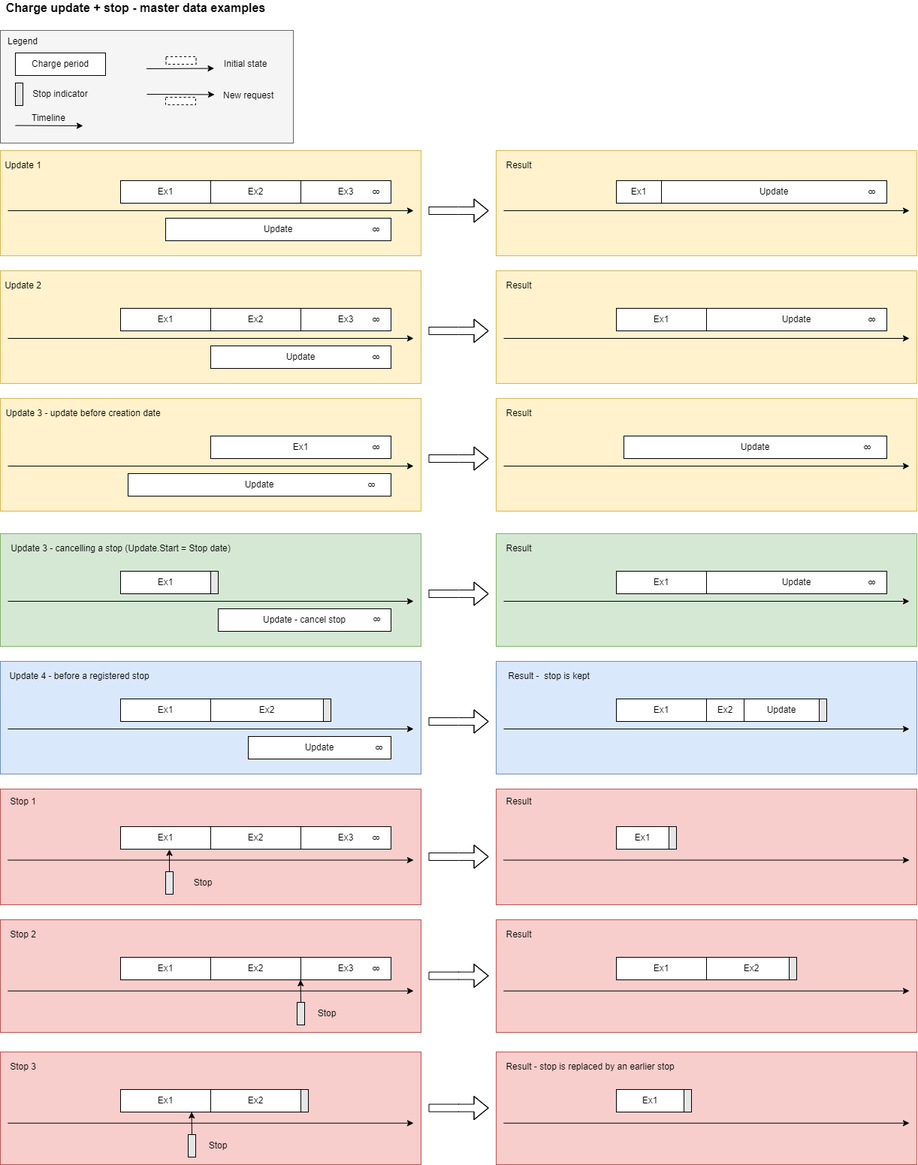
Earlier version of the draw.io export docs/process-flows/images/PersistingCharges_Update_And_Stop_MasterData_Examples.png (Energinet-DataHub/ARCHIVED-geh-charges). Source tidied: cells renumbered, new cells last; positions are measured from the earlier drawing's top-left corner, leaving out a move shared by most shapes.
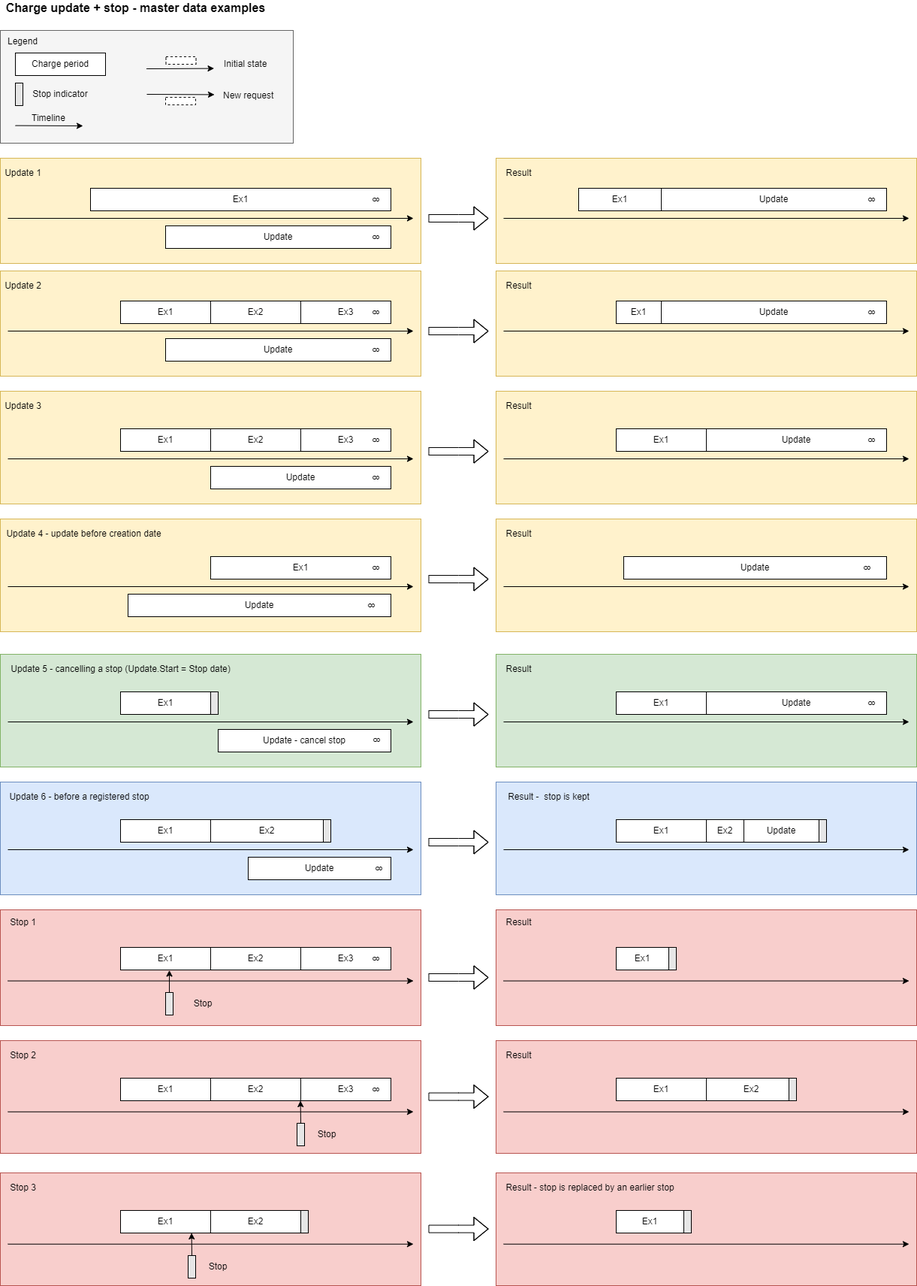
Above is the later version.

Commit message:
add update 1 - bump update numbers

Change to the diagram source:
```diff
@@ -33,7 +33,7 @@
       <mxGeometry x="490" y="240" width="20" height="30" as="geometry" />
     </mxCell>
     <mxCell id="11" value="Charge update + stop - master data examples" style="text;html=1;align=center;verticalAlign=middle;strokeColor=none;fillColor=none;fontSize=16;fontStyle=1;" parent="1" vertex="1">
-      <mxGeometry width="360" height="20" as="geometry" />
+      <mxGeometry y="-160" width="360" height="20" as="geometry" />
     </mxCell>
     <mxCell id="12" style="endArrow=classic;html=1;rounded=0;" parent="1" edge="1">
       <mxGeometry relative="1" as="geometry">
@@ -53,10 +53,10 @@
     <mxCell id="16" value="8" style="text;html=1;strokeColor=none;fillColor=none;align=center;verticalAlign=middle;whiteSpace=wrap;rounded=0;rotation=90;" parent="1" vertex="1">
       <mxGeometry x="490" y="410" width="20" height="30" as="geometry" />
     </mxCell>
-    <mxCell id="17" value="Update 1" style="text;html=1;align=center;verticalAlign=middle;strokeColor=none;fillColor=none;" parent="1" vertex="1">
+    <mxCell id="17" value="Update 2" style="text;html=1;align=center;verticalAlign=middle;strokeColor=none;fillColor=none;" parent="1" vertex="1">
       <mxGeometry y="210" width="60" height="20" as="geometry" />
     </mxCell>
-    <mxCell id="18" value="Update 2" style="text;html=1;align=center;verticalAlign=middle;strokeColor=none;fillColor=none;" parent="1" vertex="1">
+    <mxCell id="18" value="Update 3" style="text;html=1;align=center;verticalAlign=middle;strokeColor=none;fillColor=none;" parent="1" vertex="1">
       <mxGeometry y="370" width="60" height="20" as="geometry" />
     </mxCell>
     <mxCell id="19" style="endArrow=classic;html=1;rounded=0;" parent="1" edge="1">
@@ -269,7 +269,7 @@
     <mxCell id="72" value="Ex1" style="rounded=0;whiteSpace=wrap;html=1;" parent="1" vertex="1">
       <mxGeometry x="160" y="760" width="120" height="30" as="geometry" />
     </mxCell>
-    <mxCell id="73" value="Update 3 - cancelling a stop (Update.Start = Stop date)" style="text;html=1;align=center;verticalAlign=middle;strokeColor=none;fillColor=none;" parent="1" vertex="1">
+    <mxCell id="73" value="Update 5 - cancelling a stop (Update.Start = Stop date)" style="text;html=1;align=center;verticalAlign=middle;strokeColor=none;fillColor=none;" parent="1" vertex="1">
       <mxGeometry x="5" y="720" width="310" height="20" as="geometry" />
     </mxCell>
     <mxCell id="74" style="group;" parent="1" vertex="1">
@@ -326,7 +326,7 @@
     <mxCell id="87" value="Ex1" style="rounded=0;whiteSpace=wrap;html=1;" parent="1" vertex="1">
       <mxGeometry x="160" y="930" width="120" height="30" as="geometry" />
     </mxCell>
-    <mxCell id="88" value="Update 4 - before a registered stop" style="text;html=1;align=center;verticalAlign=middle;strokeColor=none;fillColor=none;" parent="1" vertex="1">
+    <mxCell id="88" value="Update 6 - before a registered stop" style="text;html=1;align=center;verticalAlign=middle;strokeColor=none;fillColor=none;" parent="1" vertex="1">
       <mxGeometry x="5" y="890" width="200" height="20" as="geometry" />
     </mxCell>
     <mxCell id="89" style="group;" parent="1" vertex="1">
@@ -450,52 +450,52 @@
       <mxGeometry x="1050" y="1274" width="10" height="30" as="geometry" />
     </mxCell>
     <mxCell id="121" style="rounded=0;whiteSpace=wrap;html=1;fillColor=#f5f5f5;fontColor=#333333;strokeColor=#666666;" parent="1" vertex="1">
-      <mxGeometry y="40" width="390" height="150" as="geometry" />
+      <mxGeometry y="-120" width="390" height="150" as="geometry" />
     </mxCell>
     <mxCell id="122" value="Charge period" style="rounded=0;whiteSpace=wrap;html=1;" parent="1" vertex="1">
-      <mxGeometry x="20" y="70" width="120" height="30" as="geometry" />
+      <mxGeometry x="20" y="-90" width="120" height="30" as="geometry" />
     </mxCell>
     <mxCell id="123" value="Legend" style="text;html=1;strokeColor=none;fillColor=none;align=center;verticalAlign=middle;whiteSpace=wrap;rounded=0;" parent="1" vertex="1">
-      <mxGeometry y="40" width="60" height="30" as="geometry" />
+      <mxGeometry y="-120" width="60" height="30" as="geometry" />
     </mxCell>
     <mxCell id="124" style="rounded=0;whiteSpace=wrap;html=1;fillColor=#E6E6E6;" parent="1" vertex="1">
-      <mxGeometry x="20" y="110" width="10" height="30" as="geometry" />
+      <mxGeometry x="20" y="-50" width="10" height="30" as="geometry" />
     </mxCell>
     <mxCell id="125" value="Stop indicator" style="text;html=1;strokeColor=none;fillColor=none;align=center;verticalAlign=middle;whiteSpace=wrap;rounded=0;" parent="1" vertex="1">
-      <mxGeometry x="40" y="110" width="80" height="30" as="geometry" />
+      <mxGeometry x="40" y="-50" width="80" height="30" as="geometry" />
     </mxCell>
     <mxCell id="126" style="endArrow=classic;html=1;rounded=0;" parent="1" edge="1">
       <mxGeometry relative="1" as="geometry">
-        <mxPoint x="20" y="166.6" as="sourcePoint" />
-        <mxPoint x="110" y="167" as="targetPoint" />
+        <mxPoint x="20" y="6.6" as="sourcePoint" />
+        <mxPoint x="110" y="7" as="targetPoint" />
       </mxGeometry>
     </mxCell>
     <mxCell id="127" value="Timeline" style="text;html=1;strokeColor=none;fillColor=none;align=left;verticalAlign=middle;whiteSpace=wrap;rounded=0;" parent="1" vertex="1">
-      <mxGeometry x="40" y="142" width="80" height="30" as="geometry" />
+      <mxGeometry x="40" y="-18" width="80" height="30" as="geometry" />
     </mxCell>
     <mxCell id="128" style="endArrow=classic;html=1;rounded=0;" parent="1" edge="1">
       <mxGeometry relative="1" as="geometry">
-        <mxPoint x="194.5" y="91" as="sourcePoint" />
-        <mxPoint x="284.5" y="90.6" as="targetPoint" />
+        <mxPoint x="194.5" y="-69" as="sourcePoint" />
+        <mxPoint x="284.5" y="-69.4" as="targetPoint" />
       </mxGeometry>
     </mxCell>
     <mxCell id="129" style="rounded=0;whiteSpace=wrap;html=1;dashed=1;" parent="1" vertex="1">
-      <mxGeometry x="220.5" y="75" width="40" height="10" as="geometry" />
+      <mxGeometry x="220.5" y="-85" width="40" height="10" as="geometry" />
     </mxCell>
     <mxCell id="130" value="Initial state" style="text;html=1;strokeColor=none;fillColor=none;align=left;verticalAlign=middle;whiteSpace=wrap;rounded=0;" parent="1" vertex="1">
-      <mxGeometry x="295.5" y="70" width="80" height="30" as="geometry" />
+      <mxGeometry x="295.5" y="-90" width="80" height="30" as="geometry" />
     </mxCell>
     <mxCell id="131" style="endArrow=classic;html=1;rounded=0;" parent="1" edge="1">
       <mxGeometry relative="1" as="geometry">
-        <mxPoint x="195" y="125" as="sourcePoint" />
-        <mxPoint x="285" y="125.4" as="targetPoint" />
+        <mxPoint x="195" y="-35" as="sourcePoint" />
+        <mxPoint x="285" y="-34.6" as="targetPoint" />
       </mxGeometry>
     </mxCell>
     <mxCell id="132" style="rounded=0;whiteSpace=wrap;html=1;dashed=1;" parent="1" vertex="1">
-      <mxGeometry x="220" y="129" width="40" height="10" as="geometry" />
+      <mxGeometry x="220" y="-31" width="40" height="10" as="geometry" />
     </mxCell>
     <mxCell id="133" value="New request" style="text;html=1;strokeColor=none;fillColor=none;align=left;verticalAlign=middle;whiteSpace=wrap;rounded=0;" parent="1" vertex="1">
-      <mxGeometry x="295" y="112" width="80" height="30" as="geometry" />
+      <mxGeometry x="295" y="-48" width="80" height="30" as="geometry" />
     </mxCell>
     <mxCell id="134" style="rounded=0;whiteSpace=wrap;html=1;fontSize=16;fillColor=#fff2cc;strokeColor=#d6b656;" parent="1" vertex="1">
       <mxGeometry y="530" width="560" height="150" as="geometry" />
@@ -512,7 +512,7 @@
     <mxCell id="137" value="8" style="text;html=1;strokeColor=none;fillColor=none;align=center;verticalAlign=middle;whiteSpace=wrap;rounded=0;rotation=90;" parent="1" vertex="1">
       <mxGeometry x="490" y="580" width="20" height="30" as="geometry" />
     </mxCell>
-    <mxCell id="138" value="Update 3 - update before creation date" style="text;html=1;align=center;verticalAlign=middle;strokeColor=none;fillColor=none;" parent="1" vertex="1">
+    <mxCell id="138" value="Update 4 - update before creation date" style="text;html=1;align=center;verticalAlign=middle;strokeColor=none;fillColor=none;" parent="1" vertex="1">
       <mxGeometry x="0.5" y="540" width="220" height="20" as="geometry" />
     </mxCell>
     <mxCell id="139" style="group;" parent="1" vertex="1">
@@ -554,5 +554,65 @@
     <mxCell id="148" value="8" style="text;html=1;strokeColor=none;fillColor=none;align=center;verticalAlign=middle;whiteSpace=wrap;rounded=0;rotation=90;" parent="146" vertex="1">
       <mxGeometry x="271.2" width="25.8" height="30" as="geometry" />
     </mxCell>
+    <mxCell id="149" style="rounded=0;whiteSpace=wrap;html=1;fontSize=16;fillColor=#fff2cc;strokeColor=#d6b656;" parent="1" vertex="1">
+      <mxGeometry y="50" width="560" height="140" as="geometry" />
+    </mxCell>
+    <mxCell id="150" style="endArrow=classic;html=1;rounded=0;" parent="1" edge="1">
+      <mxGeometry relative="1" as="geometry">
+        <mxPoint x="10" y="130" as="sourcePoint" />
+        <mxPoint x="550" y="130" as="targetPoint" />
+      </mxGeometry>
+    </mxCell>
+    <mxCell id="151" value="Ex1" style="rounded=0;whiteSpace=wrap;html=1;" parent="1" vertex="1">
+      <mxGeometry x="120" y="90" width="400" height="30" as="geometry" />
+    </mxCell>
+    <mxCell id="152" value="8" style="text;html=1;strokeColor=none;fillColor=none;align=center;verticalAlign=middle;whiteSpace=wrap;rounded=0;rotation=90;" parent="1" vertex="1">
+      <mxGeometry x="490" y="90" width="20" height="30" as="geometry" />
+    </mxCell>
+    <mxCell id="153" value="Update 1" style="text;html=1;align=center;verticalAlign=middle;strokeColor=none;fillColor=none;" parent="1" vertex="1">
+      <mxGeometry y="60" width="60" height="20" as="geometry" />
+    </mxCell>
+    <mxCell id="154" style="group;" parent="1" vertex="1">
+      <mxGeometry x="220" y="140" width="300" height="30" as="geometry" />
+    </mxCell>
+    <mxCell id="155" value="Update" style="rounded=0;whiteSpace=wrap;html=1;" parent="154" vertex="1">
+      <mxGeometry width="300" height="30" as="geometry" />
+    </mxCell>
+    <mxCell id="156" value="8" style="text;html=1;strokeColor=none;fillColor=none;align=center;verticalAlign=middle;whiteSpace=wrap;rounded=0;rotation=90;" parent="154" vertex="1">
+      <mxGeometry x="270" width="20" height="30" as="geometry" />
+    </mxCell>
+    <mxCell id="157" style="shape=flexArrow;endArrow=classic;html=1;rounded=0;fontSize=12;" parent="1" edge="1">
+      <mxGeometry relative="1" as="geometry">
+        <mxPoint x="570" y="130" as="sourcePoint" />
+        <mxPoint x="650" y="130" as="targetPoint" />
+        <Array as="points">
+          <mxPoint x="610" y="130" />
+        </Array>
+      </mxGeometry>
+    </mxCell>
+    <mxCell id="158" style="rounded=0;whiteSpace=wrap;html=1;fontSize=16;fillColor=#fff2cc;strokeColor=#d6b656;" parent="1" vertex="1">
+      <mxGeometry x="660" y="50" width="560" height="140" as="geometry" />
+    </mxCell>
+    <mxCell id="159" style="endArrow=classic;html=1;rounded=0;" parent="1" edge="1">
+      <mxGeometry relative="1" as="geometry">
+        <mxPoint x="670" y="130" as="sourcePoint" />
+        <mxPoint x="1210" y="130" as="targetPoint" />
+      </mxGeometry>
+    </mxCell>
+    <mxCell id="160" value="Ex1" style="rounded=0;whiteSpace=wrap;html=1;" parent="1" vertex="1">
+      <mxGeometry x="770" y="90" width="110" height="30" as="geometry" />
+    </mxCell>
+    <mxCell id="161" value="Result" style="text;html=1;align=center;verticalAlign=middle;strokeColor=none;fillColor=none;" parent="1" vertex="1">
+      <mxGeometry x="665" y="60" width="50" height="20" as="geometry" />
+    </mxCell>
+    <mxCell id="162" style="group;" parent="1" vertex="1">
+      <mxGeometry x="880" y="90" width="300" height="30" as="geometry" />
+    </mxCell>
+    <mxCell id="163" value="Update" style="rounded=0;whiteSpace=wrap;html=1;" parent="162" vertex="1">
+      <mxGeometry width="300" height="30" as="geometry" />
+    </mxCell>
+    <mxCell id="164" value="8" style="text;html=1;strokeColor=none;fillColor=none;align=center;verticalAlign=middle;whiteSpace=wrap;rounded=0;rotation=90;" parent="162" vertex="1">
+      <mxGeometry x="270" width="20" height="30" as="geometry" />
+    </mxCell>
   </root>
 </mxGraphModel>
```
